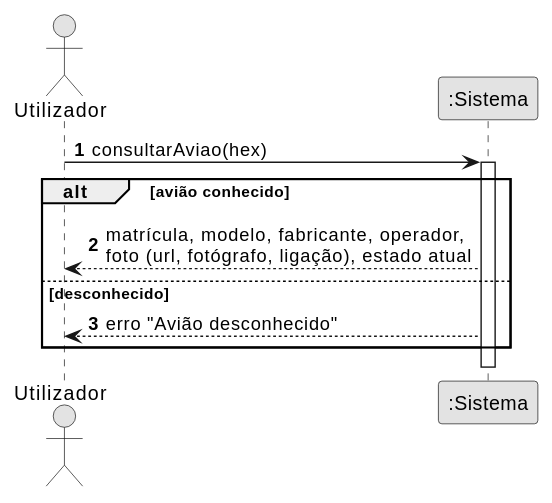
The PlantUML diagram docs/system-documentation/use-cases/US04/svg/ssd_us04.svg in miguelsiilva1/SkyTracer, before a commit. The source it was exported from:
```plantuml
@startuml
autonumber
skinparam monochrome true
actor "Utilizador" as U
participant ":Sistema" as S

U -> S : consultarAviao(hex)
activate S
alt avião conhecido
  S --> U : matrícula, modelo, fabricante, operador,\nfoto (url, fotógrafo, ligação), estado atual
else desconhecido
  S --> U : erro "Avião desconhecido"
end
deactivate S
@enduml
```
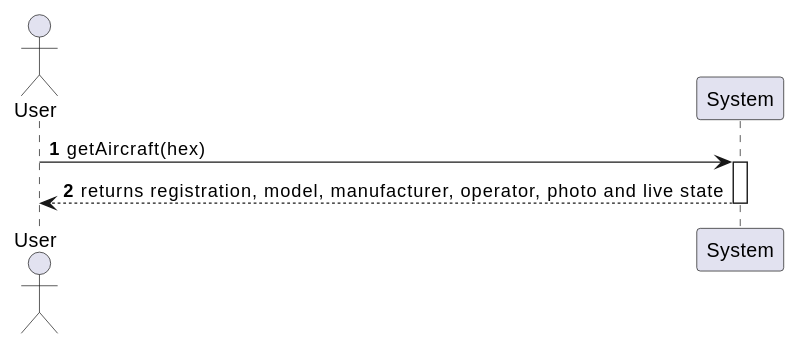
The same diagram one commit later.

The edit, as a diff of the source:
```diff
@@ -1,15 +1,10 @@
 @startuml
 autonumber
-skinparam monochrome true
-actor "Utilizador" as U
-participant ":Sistema" as S
+actor "User" as A
+participant "System" as S
 
-U -> S : consultarAviao(hex)
+A -> S : getAircraft(hex)
 activate S
-alt avião conhecido
-  S --> U : matrícula, modelo, fabricante, operador,\nfoto (url, fotógrafo, ligação), estado atual
-else desconhecido
-  S --> U : erro "Avião desconhecido"
-end
+S --> A : returns registration, model, manufacturer, operator, photo and live state
 deactivate S
 @enduml
```
